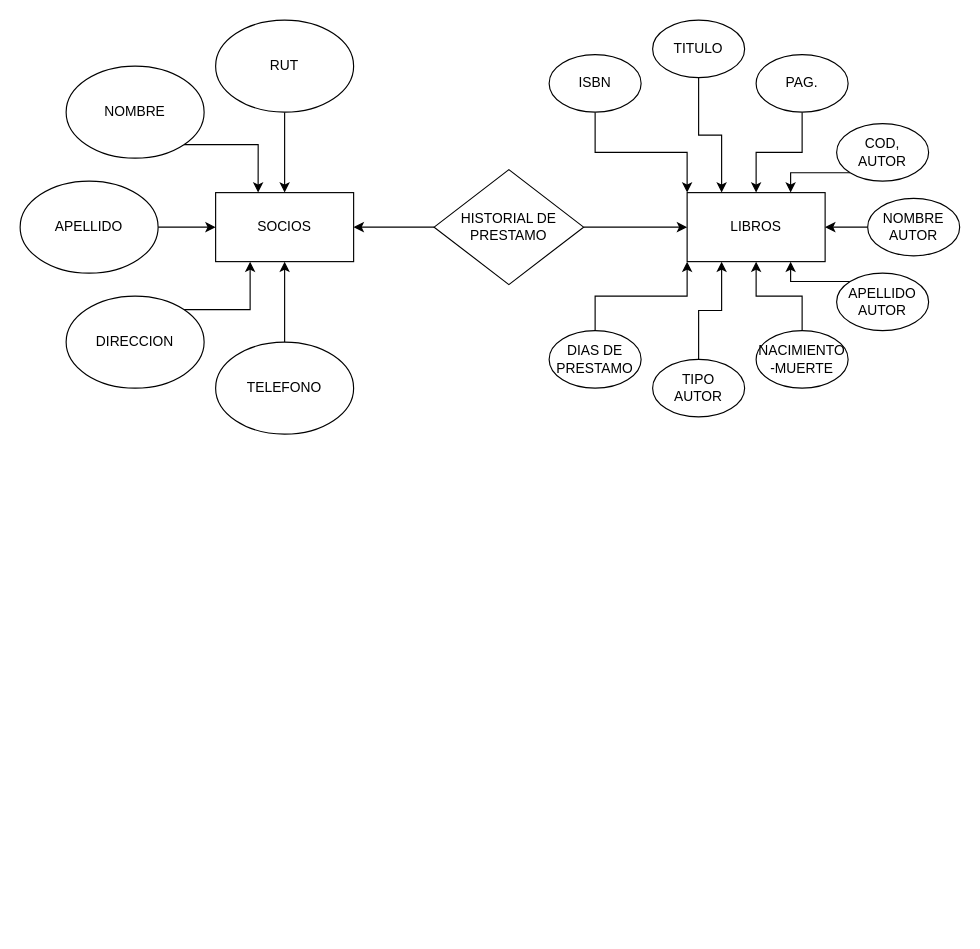
Above: Untitled Diagram.drawio in LinkCL001/Prueba_Biblioteca (draw.io), before the change. Source tidied: cells renumbered, new cells numbered last; positions are measured from the earlier drawing's top-left corner, leaving out a move shared by most shapes. Both pictures are drawn from the tidied source at 115%, with x=0, y=0 at pixel (20, 20).
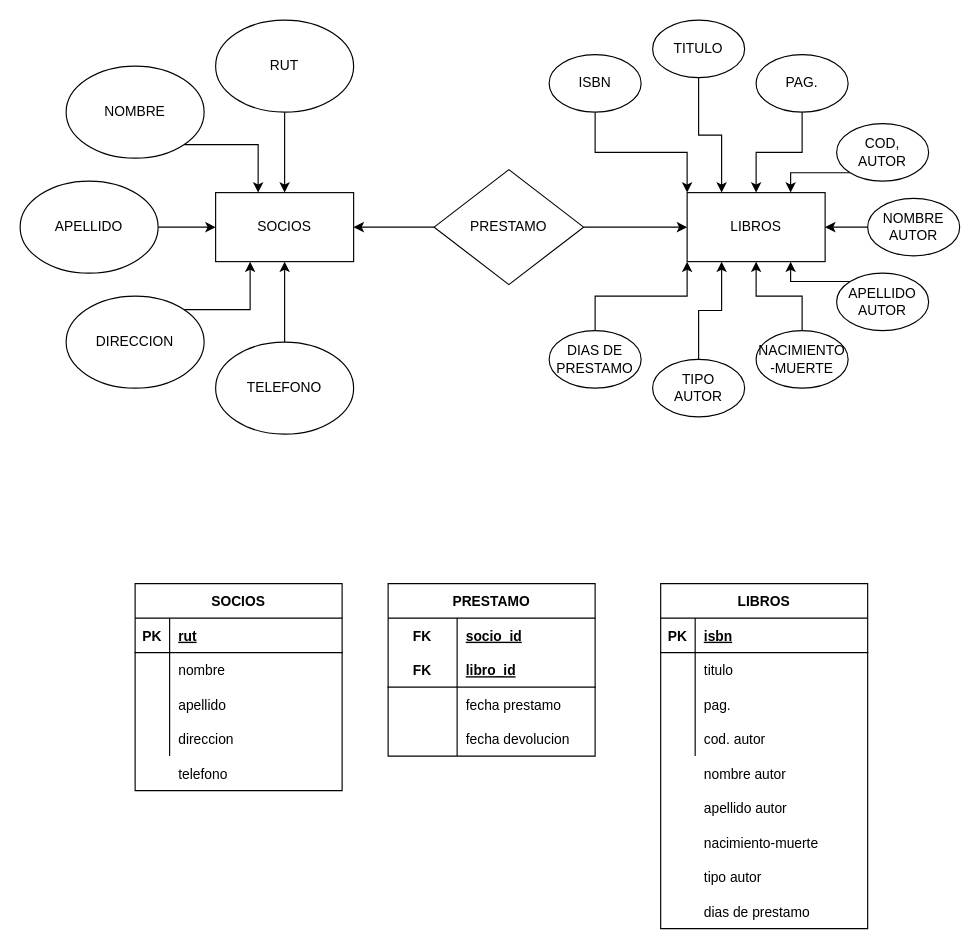
The same diagram, later.

Commit message:
Biblioteca Modelo Conceptual y Lógico

The change refers to these unchanged cells:
```xml
<mxCell id="2" value="SOCIOS" style="rounded=0;whiteSpace=wrap;html=1;" parent="1" vertex="1">
  <mxGeometry x="170" y="150" width="120" height="60" as="geometry" />
</mxCell>
```

Diff of the diagram source:
```diff
@@
-    <mxCell id="14" style="edgeStyle=orthogonalEdgeStyle;rounded=0;jettySize=auto;html=1;exitX=0;exitY=0.5;exitDx=0;exitDy=0;entryX=1;entryY=0.5;entryDx=0;entryDy=0;" parent="1" edge="1" source="16" target="2">
-      <mxGeometry relative="1" as="geometry" />
+    <mxCell id="14" style="edgeStyle=orthogonalEdgeStyle;rounded=0;orthogonalLoop=1;jettySize=auto;html=1;startArrow=none;" parent="1" edge="1">
+      <mxGeometry relative="1" as="geometry">
+        <mxPoint x="360" y="180" as="sourcePoint" />
+        <mxPoint x="290" y="180" as="targetPoint" />
+      </mxGeometry>
     </mxCell>
@@
-    <mxCell id="16" value="&lt;span&gt;HISTORIAL DE PRESTAMO&lt;/span&gt;" style="rhombus;whiteSpace=wrap;html=1;" parent="1" vertex="1">
+    <mxCell id="16" value="&lt;span&gt;PRESTAMO&lt;/span&gt;" style="rhombus;whiteSpace=wrap;html=1;" parent="1" vertex="1">
       <mxGeometry x="360" y="130" width="130" height="100" as="geometry" />
     </mxCell>
@@
+    <mxCell id="35" value="SOCIOS" style="shape=table;startSize=30;childLayout=tableLayout;rowLines=0;fontStyle=1;align=center;" parent="1" vertex="1">
+      <mxGeometry x="100" y="490" width="180" height="180" as="geometry" />
+    </mxCell>
+    <mxCell id="36" style="shape=partialRectangle;fillColor=none;top=0;left=0;bottom=1;right=0;" parent="35" vertex="1">
+      <mxGeometry y="30" width="180" height="30" as="geometry" />
+    </mxCell>
+    <mxCell id="37" value="PK" style="shape=partialRectangle;fillColor=none;top=0;left=0;bottom=0;right=0;fontStyle=1;overflow=hidden;" parent="36" vertex="1">
+      <mxGeometry width="30" height="30" as="geometry" />
+    </mxCell>
+    <mxCell id="38" value="rut" style="shape=partialRectangle;fillColor=none;top=0;left=0;bottom=0;right=0;align=left;spacingLeft=6;fontStyle=5;overflow=hidden;" parent="36" vertex="1">
+      <mxGeometry x="30" width="150" height="30" as="geometry" />
+    </mxCell>
+    <mxCell id="39" style="shape=partialRectangle;fillColor=none;top=0;left=0;bottom=0;right=0;" parent="35" vertex="1">
+      <mxGeometry y="60" width="180" height="30" as="geometry" />
+    </mxCell>
+    <mxCell id="40" style="shape=partialRectangle;fillColor=none;top=0;left=0;bottom=0;right=0;overflow=hidden;" parent="39" vertex="1">
+      <mxGeometry width="30" height="30" as="geometry" />
+    </mxCell>
+    <mxCell id="41" value="nombre" style="shape=partialRectangle;fillColor=none;top=0;left=0;bottom=0;right=0;align=left;spacingLeft=6;overflow=hidden;" parent="39" vertex="1">
+      <mxGeometry x="30" width="150" height="30" as="geometry" />
+    </mxCell>
+    <mxCell id="42" style="shape=partialRectangle;fillColor=none;top=0;left=0;bottom=0;right=0;" parent="35" vertex="1">
+      <mxGeometry y="90" width="180" height="30" as="geometry" />
+    </mxCell>
+    <mxCell id="43" style="shape=partialRectangle;fillColor=none;top=0;left=0;bottom=0;right=0;overflow=hidden;" parent="42" vertex="1">
+      <mxGeometry width="30" height="30" as="geometry" />
+    </mxCell>
+    <mxCell id="44" value="apellido" style="shape=partialRectangle;fillColor=none;top=0;left=0;bottom=0;right=0;align=left;spacingLeft=6;overflow=hidden;" parent="42" vertex="1">
+      <mxGeometry x="30" width="150" height="30" as="geometry" />
+    </mxCell>
+    <mxCell id="45" style="shape=partialRectangle;fillColor=none;top=0;left=0;bottom=0;right=0;" parent="35" vertex="1">
+      <mxGeometry y="120" width="180" height="30" as="geometry" />
+    </mxCell>
+    <mxCell id="46" style="shape=partialRectangle;fillColor=none;top=0;left=0;bottom=0;right=0;overflow=hidden;" parent="45" vertex="1">
+      <mxGeometry width="30" height="30" as="geometry" />
+    </mxCell>
+    <mxCell id="47" value="direccion" style="shape=partialRectangle;fillColor=none;top=0;left=0;bottom=0;right=0;align=left;spacingLeft=6;overflow=hidden;" parent="45" vertex="1">
+      <mxGeometry x="30" width="150" height="30" as="geometry" />
+    </mxCell>
+    <mxCell id="48" value="PRESTAMO" style="shape=table;startSize=30;childLayout=tableLayout;rowLines=0;fontStyle=1;align=center;" parent="1" vertex="1">
+      <mxGeometry x="320" y="490" width="180" height="150" as="geometry" />
+    </mxCell>
+    <mxCell id="49" style="shape=partialRectangle;fillColor=none;top=0;left=0;bottom=0;right=0;" parent="48" vertex="1">
+      <mxGeometry y="30" width="180" height="30" as="geometry" />
+    </mxCell>
+    <mxCell id="50" value="FK" style="shape=partialRectangle;fillColor=none;top=0;left=0;bottom=0;right=0;fontStyle=1;overflow=hidden;" parent="49" vertex="1">
+      <mxGeometry width="60" height="30" as="geometry" />
+    </mxCell>
+    <mxCell id="51" value="socio_id" style="shape=partialRectangle;fillColor=none;top=0;left=0;bottom=0;right=0;align=left;spacingLeft=6;fontStyle=5;overflow=hidden;" parent="49" vertex="1">
+      <mxGeometry x="60" width="120" height="30" as="geometry" />
+    </mxCell>
+    <mxCell id="52" style="shape=partialRectangle;fillColor=none;top=0;left=0;bottom=1;right=0;" parent="48" vertex="1">
+      <mxGeometry y="60" width="180" height="30" as="geometry" />
+    </mxCell>
+    <mxCell id="53" value="FK" style="shape=partialRectangle;fillColor=none;top=0;left=0;bottom=0;right=0;fontStyle=1;overflow=hidden;" parent="52" vertex="1">
+      <mxGeometry width="60" height="30" as="geometry" />
+    </mxCell>
+    <mxCell id="54" value="libro_id" style="shape=partialRectangle;fillColor=none;top=0;left=0;bottom=0;right=0;align=left;spacingLeft=6;fontStyle=5;overflow=hidden;" parent="52" vertex="1">
+      <mxGeometry x="60" width="120" height="30" as="geometry" />
+    </mxCell>
+    <mxCell id="55" style="shape=partialRectangle;fillColor=none;top=0;left=0;bottom=0;right=0;" parent="48" vertex="1">
+      <mxGeometry y="90" width="180" height="30" as="geometry" />
+    </mxCell>
+    <mxCell id="56" style="shape=partialRectangle;fillColor=none;top=0;left=0;bottom=0;right=0;overflow=hidden;" parent="55" vertex="1">
+      <mxGeometry width="60" height="30" as="geometry" />
+    </mxCell>
+    <mxCell id="57" value="fecha prestamo" style="shape=partialRectangle;fillColor=none;top=0;left=0;bottom=0;right=0;align=left;spacingLeft=6;overflow=hidden;" parent="55" vertex="1">
+      <mxGeometry x="60" width="120" height="30" as="geometry" />
+    </mxCell>
+    <mxCell id="58" style="shape=partialRectangle;fillColor=none;top=0;left=0;bottom=0;right=0;" parent="48" vertex="1">
+      <mxGeometry y="120" width="180" height="30" as="geometry" />
+    </mxCell>
+    <mxCell id="59" style="shape=partialRectangle;fillColor=none;top=0;left=0;bottom=0;right=0;overflow=hidden;" parent="58" vertex="1">
+      <mxGeometry width="60" height="30" as="geometry" />
+    </mxCell>
+    <mxCell id="60" value="fecha devolucion" style="shape=partialRectangle;fillColor=none;top=0;left=0;bottom=0;right=0;align=left;spacingLeft=6;overflow=hidden;" parent="58" vertex="1">
+      <mxGeometry x="60" width="120" height="30" as="geometry" />
+    </mxCell>
+    <mxCell id="61" value="LIBROS" style="shape=table;startSize=30;childLayout=tableLayout;rowLines=0;fontStyle=1;align=center;" parent="1" vertex="1">
+      <mxGeometry x="557" y="490" width="180" height="300" as="geometry" />
+    </mxCell>
+    <mxCell id="62" style="shape=partialRectangle;fillColor=none;top=0;left=0;bottom=1;right=0;" parent="61" vertex="1">
+      <mxGeometry y="30" width="180" height="30" as="geometry" />
+    </mxCell>
+    <mxCell id="63" value="PK" style="shape=partialRectangle;fillColor=none;top=0;left=0;bottom=0;right=0;fontStyle=1;overflow=hidden;" parent="62" vertex="1">
+      <mxGeometry width="30" height="30" as="geometry" />
+    </mxCell>
+    <mxCell id="64" value="isbn" style="shape=partialRectangle;fillColor=none;top=0;left=0;bottom=0;right=0;align=left;spacingLeft=6;fontStyle=5;overflow=hidden;" parent="62" vertex="1">
+      <mxGeometry x="30" width="150" height="30" as="geometry" />
+    </mxCell>
+    <mxCell id="65" style="shape=partialRectangle;fillColor=none;top=0;left=0;bottom=0;right=0;" parent="61" vertex="1">
+      <mxGeometry y="60" width="180" height="30" as="geometry" />
+    </mxCell>
+    <mxCell id="66" style="shape=partialRectangle;fillColor=none;top=0;left=0;bottom=0;right=0;overflow=hidden;" parent="65" vertex="1">
+      <mxGeometry width="30" height="30" as="geometry" />
+    </mxCell>
+    <mxCell id="67" value="titulo" style="shape=partialRectangle;fillColor=none;top=0;left=0;bottom=0;right=0;align=left;spacingLeft=6;overflow=hidden;" parent="65" vertex="1">
+      <mxGeometry x="30" width="150" height="30" as="geometry" />
+    </mxCell>
+    <mxCell id="68" style="shape=partialRectangle;fillColor=none;top=0;left=0;bottom=0;right=0;" parent="61" vertex="1">
+      <mxGeometry y="90" width="180" height="30" as="geometry" />
+    </mxCell>
+    <mxCell id="69" style="shape=partialRectangle;fillColor=none;top=0;left=0;bottom=0;right=0;overflow=hidden;" parent="68" vertex="1">
+      <mxGeometry width="30" height="30" as="geometry" />
+    </mxCell>
+    <mxCell id="70" value="pag." style="shape=partialRectangle;fillColor=none;top=0;left=0;bottom=0;right=0;align=left;spacingLeft=6;overflow=hidden;" parent="68" vertex="1">
+      <mxGeometry x="30" width="150" height="30" as="geometry" />
+    </mxCell>
+    <mxCell id="71" style="shape=partialRectangle;fillColor=none;top=0;left=0;bottom=0;right=0;" parent="61" vertex="1">
+      <mxGeometry y="120" width="180" height="30" as="geometry" />
+    </mxCell>
+    <mxCell id="72" style="shape=partialRectangle;fillColor=none;top=0;left=0;bottom=0;right=0;overflow=hidden;" parent="71" vertex="1">
+      <mxGeometry width="30" height="30" as="geometry" />
+    </mxCell>
+    <mxCell id="73" value="cod. autor" style="shape=partialRectangle;fillColor=none;top=0;left=0;bottom=0;right=0;align=left;spacingLeft=6;overflow=hidden;" parent="71" vertex="1">
+      <mxGeometry x="30" width="150" height="30" as="geometry" />
+    </mxCell>
+    <mxCell id="74" value="telefono" style="shape=partialRectangle;fillColor=none;top=0;left=0;bottom=0;right=0;align=left;spacingLeft=6;overflow=hidden;" parent="1" vertex="1">
+      <mxGeometry x="130" y="640" width="150" height="30" as="geometry" />
+    </mxCell>
+    <mxCell id="75" value="nombre autor" style="shape=partialRectangle;fillColor=none;top=0;left=0;bottom=0;right=0;align=left;spacingLeft=6;overflow=hidden;" parent="1" vertex="1">
+      <mxGeometry x="587" y="640" width="150" height="30" as="geometry" />
+    </mxCell>
+    <mxCell id="76" value="apellido autor" style="shape=partialRectangle;fillColor=none;top=0;left=0;bottom=0;right=0;align=left;spacingLeft=6;overflow=hidden;" parent="1" vertex="1">
+      <mxGeometry x="587" y="670" width="150" height="30" as="geometry" />
+    </mxCell>
+    <mxCell id="77" value="nacimiento-muerte" style="shape=partialRectangle;fillColor=none;top=0;left=0;bottom=0;right=0;align=left;spacingLeft=6;overflow=hidden;" parent="1" vertex="1">
+      <mxGeometry x="587" y="700" width="150" height="30" as="geometry" />
+    </mxCell>
+    <mxCell id="78" value="tipo autor" style="shape=partialRectangle;fillColor=none;top=0;left=0;bottom=0;right=0;align=left;spacingLeft=6;overflow=hidden;" parent="1" vertex="1">
+      <mxGeometry x="587" y="730" width="150" height="30" as="geometry" />
+    </mxCell>
+    <mxCell id="79" value="dias de prestamo" style="shape=partialRectangle;fillColor=none;top=0;left=0;bottom=0;right=0;align=left;spacingLeft=6;overflow=hidden;" parent="1" vertex="1">
+      <mxGeometry x="587" y="760" width="150" height="30" as="geometry" />
+    </mxCell>
```
